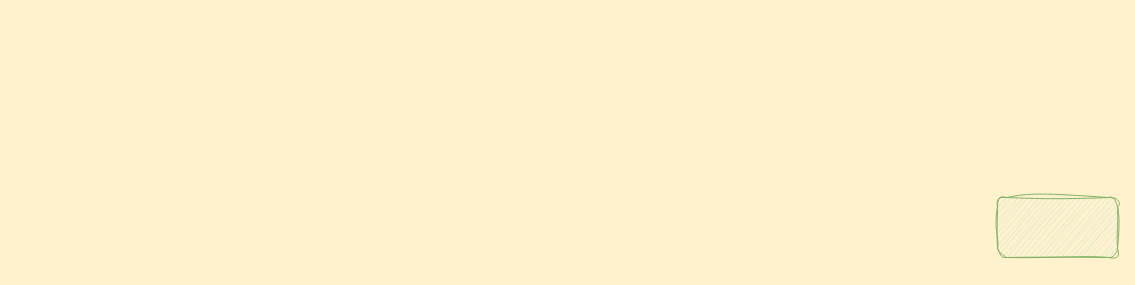
Before: page "DAY-3" (2 of 2) of SupportingDocs/MW_AdvS_June_23..drawio in SumeetWajpe/MW_Advanced_Javascript_June_2023, a draw.io diagram. Source tidied: cells renumbered, new cells numbered last; positions are measured from the earlier drawing's top-left corner, leaving out a move shared by most shapes. Both pictures are drawn from the tidied source at 100%, with x=0, y=0 at pixel (997, 197).
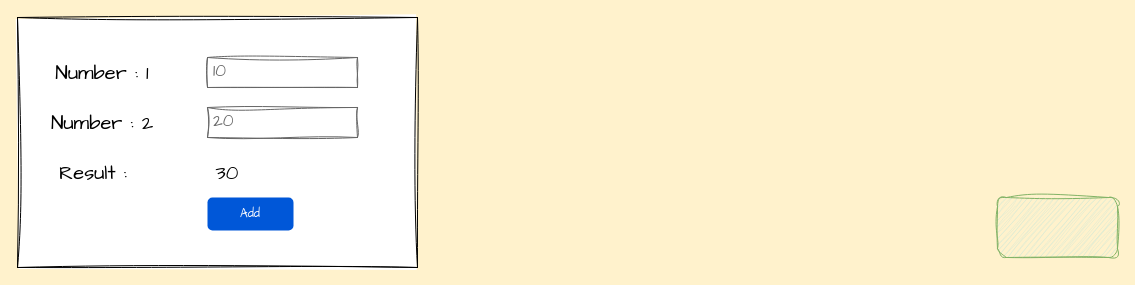
The same page after the edit.

The edit, as a diff of the source:
```diff
@@
 <mxGraphModel background="#FFF2CC">
   <root>
     <mxCell id="0" />
     <mxCell id="1" parent="0" />
+    <mxCell id="3" style="rounded=0;whiteSpace=wrap;html=1;sketch=1;hachureGap=4;jiggle=2;curveFitting=1;fontFamily=Architects Daughter;fontSize=20;" parent="1" vertex="1">
+      <mxGeometry x="-980" y="-180" width="400" height="250" as="geometry" />
+    </mxCell>
     <mxCell id="2" style="rounded=1;whiteSpace=wrap;html=1;sketch=1;hachureGap=4;jiggle=2;curveFitting=1;fontFamily=Architects Daughter;fontSize=20;fillColor=#d5e8d4;strokeColor=#82b366;" parent="1" vertex="1">
       <mxGeometry width="120" height="60" as="geometry" />
     </mxCell>
+    <mxCell id="4" value="10" style="strokeWidth=1;shadow=0;dashed=0;align=center;html=1;shape=mxgraph.mockup.text.textBox;fontColor=#666666;align=left;fontSize=17;spacingLeft=4;spacingTop=-3;whiteSpace=wrap;strokeColor=#666666;mainText=;sketch=1;hachureGap=4;jiggle=2;curveFitting=1;fontFamily=Architects Daughter;" parent="1" vertex="1">
+      <mxGeometry x="-790" y="-140" width="150" height="30" as="geometry" />
+    </mxCell>
+    <mxCell id="5" value="Number : 1" style="text;html=1;strokeColor=none;fillColor=none;align=center;verticalAlign=middle;whiteSpace=wrap;rounded=0;fontSize=20;fontFamily=Architects Daughter;" parent="1" vertex="1">
+      <mxGeometry x="-970" y="-140" width="150" height="30" as="geometry" />
+    </mxCell>
+    <mxCell id="6" value="20" style="strokeWidth=1;shadow=0;dashed=0;align=center;html=1;shape=mxgraph.mockup.text.textBox;fontColor=#666666;align=left;fontSize=17;spacingLeft=4;spacingTop=-3;whiteSpace=wrap;strokeColor=#666666;mainText=;sketch=1;hachureGap=4;jiggle=2;curveFitting=1;fontFamily=Architects Daughter;" parent="1" vertex="1">
+      <mxGeometry x="-790" y="-90" width="150" height="30" as="geometry" />
+    </mxCell>
+    <mxCell id="7" value="Number : 2" style="text;html=1;strokeColor=none;fillColor=none;align=center;verticalAlign=middle;whiteSpace=wrap;rounded=0;fontSize=20;fontFamily=Architects Daughter;" parent="1" vertex="1">
+      <mxGeometry x="-970" y="-90" width="150" height="30" as="geometry" />
+    </mxCell>
+    <mxCell id="8" value="Add" style="rounded=1;fillColor=#0057D8;strokeColor=none;html=1;whiteSpace=wrap;fontColor=#ffffff;align=center;verticalAlign=middle;fontStyle=0;fontSize=12;sketch=0;hachureGap=4;jiggle=2;curveFitting=1;fontFamily=Architects Daughter;" parent="1" vertex="1">
+      <mxGeometry x="-790" width="86" height="33" as="geometry" />
+    </mxCell>
+    <mxCell id="9" value="Result :&amp;nbsp;" style="text;html=1;strokeColor=none;fillColor=none;align=center;verticalAlign=middle;whiteSpace=wrap;rounded=0;fontSize=20;fontFamily=Architects Daughter;" parent="1" vertex="1">
+      <mxGeometry x="-950" y="-40" width="100" height="30" as="geometry" />
+    </mxCell>
+    <mxCell id="10" value="30" style="text;html=1;strokeColor=none;fillColor=none;align=center;verticalAlign=middle;whiteSpace=wrap;rounded=0;fontSize=20;fontFamily=Architects Daughter;" parent="1" vertex="1">
+      <mxGeometry x="-800" y="-40" width="60" height="30" as="geometry" />
+    </mxCell>
   </root>
 </mxGraphModel>
```
